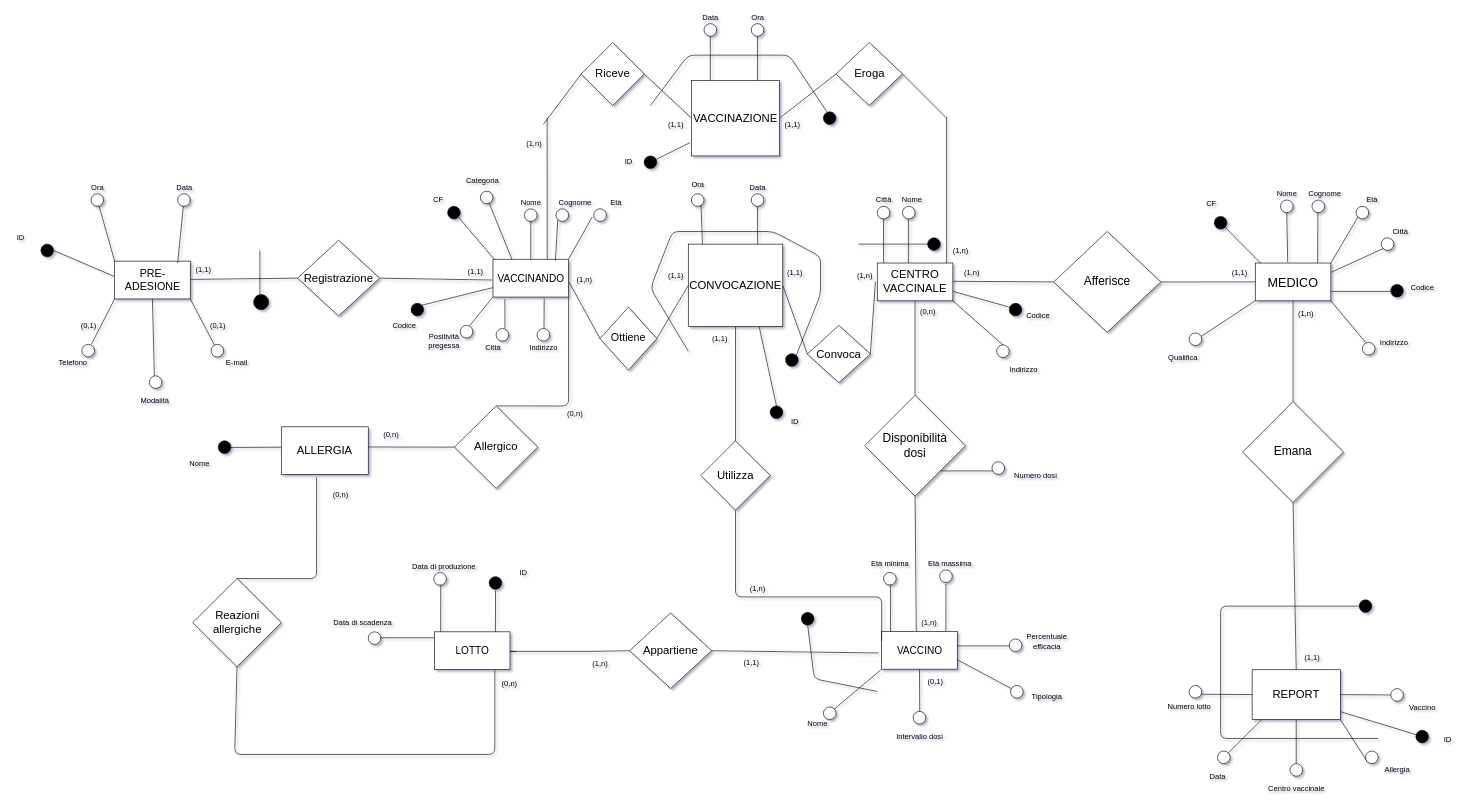
Before: page "ERristr" (1 of 2) of bd/Schema E/ERsenzagen.drawio in shaggyishere/VaccineDatabase, a draw.io diagram. Source tidied: cells renumbered, new cells numbered last; positions are measured from the earlier drawing's top-left corner, leaving out a move shared by most shapes. Both pictures are drawn from the tidied source at 63%, with x=0, y=0 at pixel (11, 11).
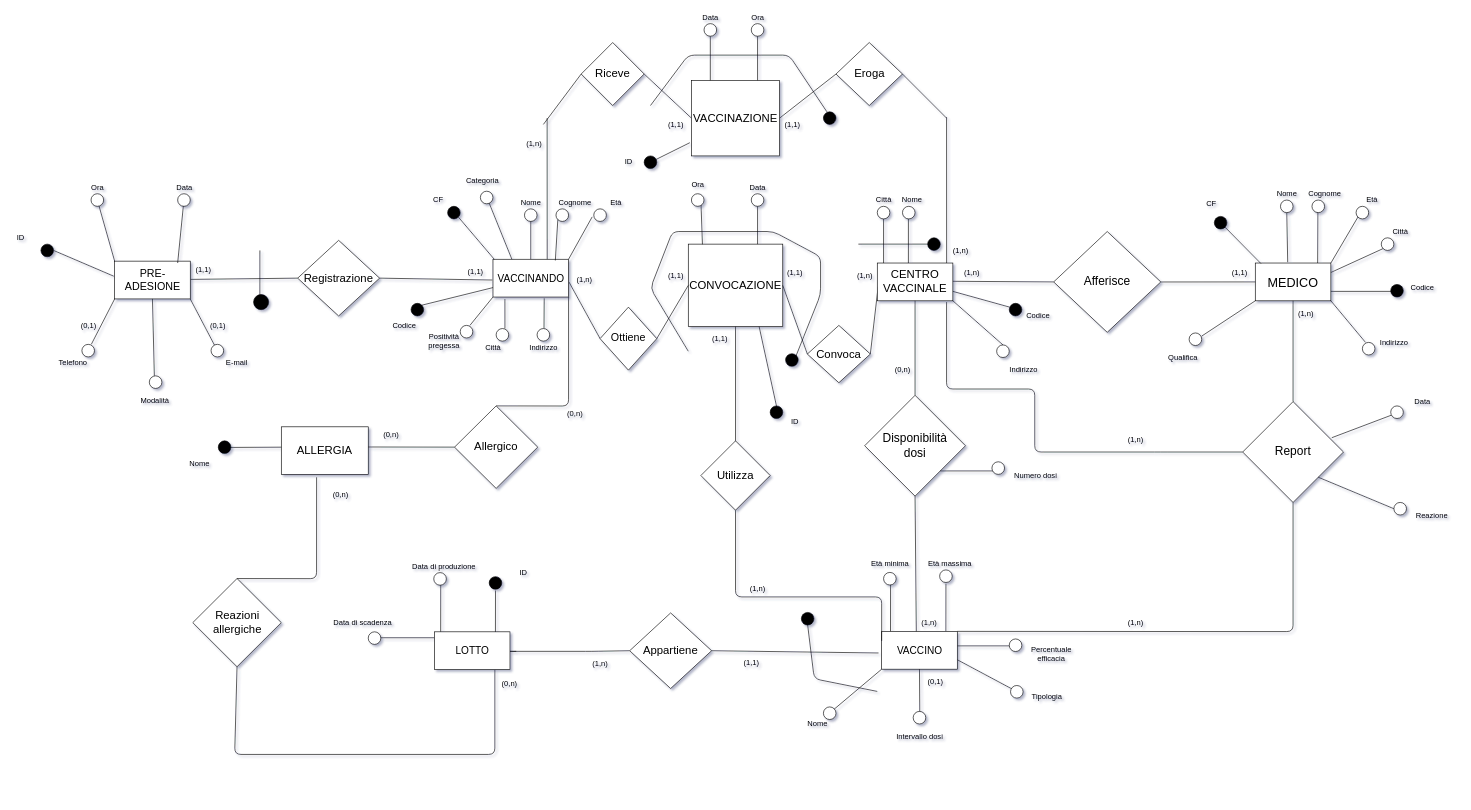
Above is the later version.

Commit message:
Trasformato Report in associazione (makes much more sense)

Unchanged cells that the change refers to:
```xml
<mxCell id="16" value="(1,n)" style="text;html=1;align=center;verticalAlign=middle;points=[];strokeColor=none;" parent="1" vertex="1">
  <mxGeometry x="1335" y="410" width="40" height="20" as="geometry" />
</mxCell>
<mxCell id="145" style="rounded=0;whiteSpace=wrap;html=1;" parent="1" vertex="1">
  <mxGeometry x="1382" y="984.7" width="120" height="60" as="geometry" />
</mxCell>
<mxCell id="208" value="&lt;font style=&quot;font-size: 18px&quot;&gt;Convoca&lt;/font&gt;" style="rhombus;whiteSpace=wrap;html=1;" parent="1" vertex="1">
  <mxGeometry x="1264" y="499" width="100" height="91" as="geometry" />
</mxCell>
```

Diff of the diagram source:
```diff
@@
-    <mxCell id="4" style="endArrow=none;html=1;exitX=1;exitY=0.5;exitDx=0;exitDy=0;" parent="1" edge="1" source="208">
-      <mxGeometry relative="1" as="geometry">
-        <mxPoint x="1372.1" y="429.3" as="targetPoint" />
-      </mxGeometry>
+    <mxCell id="4" style="endArrow=none;html=1;exitX=1;exitY=0.5;exitDx=0;exitDy=0;entryX=1.036;entryY=1.364;entryDx=0;entryDy=0;entryPerimeter=0;" parent="1" edge="1" source="208" target="16">
+      <mxGeometry relative="1" as="geometry" />
     </mxCell>
@@
     <mxCell id="39" value="(0,n)" style="text;html=1;align=center;verticalAlign=middle;strokeColor=none;" parent="1" vertex="1">
-      <mxGeometry x="1437" y="469" width="35" height="18" as="geometry" />
+      <mxGeometry x="1397" y="561.1" width="35" height="18" as="geometry" />
     </mxCell>
@@
-    <mxCell id="60" value="&lt;font style=&quot;font-size: 19px&quot;&gt;Emana&lt;/font&gt;" style="rhombus;whiteSpace=wrap;html=1;strokeWidth=1;fillColor=#FFFFFF;" parent="1" vertex="1">
+    <mxCell id="60" value="&lt;font style=&quot;font-size: 19px&quot;&gt;Report&lt;/font&gt;" style="rhombus;whiteSpace=wrap;html=1;strokeWidth=1;fillColor=#FFFFFF;" parent="1" vertex="1">
       <mxGeometry x="1955" y="620" width="160" height="160" as="geometry" />
     </mxCell>
-    <mxCell id="61" style="endArrow=none;html=1;entryX=0.11;entryY=1.002;entryDx=0;entryDy=0;entryPerimeter=0;" parent="1" edge="1" source="63" target="70">
-      <mxGeometry relative="1" as="geometry" />
-    </mxCell>
-    <mxCell id="62" style="endArrow=none;html=1;entryX=0.5;entryY=1;entryDx=0;entryDy=0;" parent="1" edge="1" target="70">
-      <mxGeometry relative="1" as="geometry">
-        <mxPoint x="2040" y="1194.6" as="sourcePoint" />
-      </mxGeometry>
-    </mxCell>
-    <mxCell id="63" style="ellipse;whiteSpace=wrap;html=1;strokeWidth=1;" parent="1" vertex="1">
-      <mxGeometry x="1915" y="1174.6" width="20" height="20" as="geometry" />
-    </mxCell>
-    <mxCell id="64" style="ellipse;whiteSpace=wrap;html=1;strokeWidth=1;" parent="1" vertex="1">
-      <mxGeometry x="2030" y="1194.6" width="20" height="20" as="geometry" />
-    </mxCell>
-    <mxCell id="65" style="endArrow=none;html=1;exitX=1;exitY=1;exitDx=0;exitDy=0;entryX=0;entryY=1;entryDx=0;entryDy=0;" parent="1" edge="1" source="70" target="66">
-      <mxGeometry relative="1" as="geometry" />
-    </mxCell>
-    <mxCell id="66" style="ellipse;whiteSpace=wrap;html=1;strokeWidth=1;" parent="1" vertex="1">
-      <mxGeometry x="2150" y="1174.6" width="20" height="20" as="geometry" />
-    </mxCell>
-    <mxCell id="67" value="Data" style="text;html=1;align=center;verticalAlign=middle;strokeColor=none;" parent="1" vertex="1">
-      <mxGeometry x="1895" y="1204.6" width="40" height="20" as="geometry" />
-    </mxCell>
-    <mxCell id="68" value="Centro vaccinale" style="text;html=1;align=center;verticalAlign=middle;strokeColor=none;" parent="1" vertex="1">
-      <mxGeometry x="1990" y="1224.6" width="100" height="20" as="geometry" />
-    </mxCell>
-    <mxCell id="69" value="Allergia" style="text;html=1;align=center;verticalAlign=middle;strokeColor=none;" parent="1" vertex="1">
-      <mxGeometry x="2170" y="1194.6" width="60" height="20" as="geometry" />
-    </mxCell>
-    <mxCell id="70" value="&lt;font style=&quot;font-size: 18px&quot;&gt;REPORT&lt;/font&gt;" style="rounded=0;whiteSpace=wrap;html=1;" parent="1" vertex="1">
-      <mxGeometry x="1970" y="1045.6" width="140" height="79" as="geometry" />
-    </mxCell>
-    <mxCell id="71" style="endArrow=none;html=1;entryX=0.5;entryY=1;entryDx=0;entryDy=0;exitX=0.5;exitY=0;exitDx=0;exitDy=0;" parent="1" edge="1" source="70" target="60">
-      <mxGeometry relative="1" as="geometry" />
+    <mxCell id="71" style="endArrow=none;html=1;entryX=0.5;entryY=1;entryDx=0;entryDy=0;exitX=1;exitY=0;exitDx=0;exitDy=0;" parent="1" edge="1" source="145" target="60">
+      <mxGeometry relative="1" as="geometry">
+        <Array as="points">
+          <mxPoint x="2035" y="985" />
+        </Array>
+      </mxGeometry>
     </mxCell>
-    <mxCell id="72" style="endArrow=none;html=1;exitX=1;exitY=0.5;exitDx=0;exitDy=0;" parent="1" edge="1" source="70">
-      <mxGeometry relative="1" as="geometry">
-        <mxPoint x="2190" y="1085.6" as="targetPoint" />
-      </mxGeometry>
-    </mxCell>
-    <mxCell id="73" style="ellipse;whiteSpace=wrap;html=1;strokeWidth=1;" parent="1" vertex="1">
-      <mxGeometry x="2190" y="1075.6" width="20" height="20" as="geometry" />
-    </mxCell>
-    <mxCell id="74" style="endArrow=none;html=1;exitX=1;exitY=0.5;exitDx=0;exitDy=0;" parent="1" edge="1">
-      <mxGeometry relative="1" as="geometry">
-        <mxPoint x="1890" y="1084.5" as="sourcePoint" />
-        <mxPoint x="1970" y="1085" as="targetPoint" />
-      </mxGeometry>
-    </mxCell>
-    <mxCell id="75" style="ellipse;whiteSpace=wrap;html=1;strokeWidth=1;" parent="1" vertex="1">
-      <mxGeometry x="1870" y="1070.6" width="20" height="20" as="geometry" />
-    </mxCell>
-    <mxCell id="76" value="Numero lotto" style="text;html=1;align=center;verticalAlign=middle;strokeColor=none;" parent="1" vertex="1">
-      <mxGeometry x="1830" y="1094.6" width="80" height="20" as="geometry" />
-    </mxCell>
-    <mxCell id="77" value="Vaccino" style="text;html=1;align=center;verticalAlign=middle;strokeColor=none;" parent="1" vertex="1">
-      <mxGeometry x="2210" y="1095.6" width="60" height="20" as="geometry" />
-    </mxCell>
-    <mxCell id="78" value="(1,1)" style="text;html=1;align=center;verticalAlign=middle;strokeColor=none;" parent="1" vertex="1">
-      <mxGeometry x="2045" y="1015.6" width="40" height="20" as="geometry" />
-    </mxCell>
-    <mxCell id="79" style="ellipse;whiteSpace=wrap;html=1;strokeWidth=1;fillColor=#000000;" parent="1" vertex="1">
-      <mxGeometry x="2140" y="934.6" width="20" height="20" as="geometry" />
-    </mxCell>
-    <mxCell id="80" style="endArrow=none;html=1;" parent="1" edge="1" target="79">
-      <mxGeometry relative="1" as="geometry">
-        <mxPoint x="2170" y="1154.6" as="sourcePoint" />
-        <Array as="points">
-          <mxPoint x="1920" y="1154.6" />
-          <mxPoint x="1920" y="944.6" />
-        </Array>
-      </mxGeometry>
-    </mxCell>
@@
     <mxCell id="141" value="&lt;div&gt;Percentuale &lt;br&gt;&lt;/div&gt;&lt;div&gt;efficacia&lt;/div&gt;" style="text;html=1;align=center;verticalAlign=middle;strokeColor=none;" parent="1" vertex="1">
-      <mxGeometry x="1606.5" y="984.7" width="74" height="32" as="geometry" />
+      <mxGeometry x="1613.5" y="1004.7" width="74" height="32" as="geometry" />
     </mxCell>
@@
-    <mxCell id="190" style="endArrow=none;html=1;exitX=1;exitY=0.841;exitDx=0;exitDy=0;exitPerimeter=0;" parent="1" edge="1" source="70">
-      <mxGeometry relative="1" as="geometry">
-        <mxPoint x="2235" y="1150" as="targetPoint" />
-      </mxGeometry>
-    </mxCell>
-    <mxCell id="191" style="ellipse;whiteSpace=wrap;html=1;strokeWidth=1;fillColor=#000000;" parent="1" vertex="1">
-      <mxGeometry x="2230" y="1141.7" width="20" height="20" as="geometry" />
-    </mxCell>
-    <mxCell id="192" value="&lt;div&gt;ID&lt;/div&gt;" style="text;html=1;align=center;verticalAlign=middle;strokeColor=none;" parent="1" vertex="1">
-      <mxGeometry x="2265" y="1146.4" width="30" height="20" as="geometry" />
-    </mxCell>
@@
+    <mxCell id="242" style="endArrow=none;html=1;entryX=0.884;entryY=0.358;entryDx=0;entryDy=0;entryPerimeter=0;" parent="1" edge="1" target="60">
+      <mxGeometry relative="1" as="geometry">
+        <mxPoint x="2195" y="640" as="sourcePoint" />
+      </mxGeometry>
+    </mxCell>
+    <mxCell id="243" style="ellipse;whiteSpace=wrap;html=1;strokeWidth=1;" parent="1" vertex="1">
+      <mxGeometry x="2190" y="626.8" width="20" height="20" as="geometry" />
+    </mxCell>
+    <mxCell id="67" value="Data" style="text;html=1;align=center;verticalAlign=middle;strokeColor=none;" parent="1" vertex="1">
+      <mxGeometry x="2220" y="610" width="40" height="20" as="geometry" />
+    </mxCell>
+    <mxCell id="244" style="endArrow=none;html=1;entryX=0;entryY=0.5;entryDx=0;entryDy=0;" parent="1" edge="1" target="60">
+      <mxGeometry relative="1" as="geometry">
+        <mxPoint x="1485" y="462" as="sourcePoint" />
+        <Array as="points">
+          <mxPoint x="1485" y="600" />
+          <mxPoint x="1625" y="600" />
+          <mxPoint x="1625" y="700" />
+          <mxPoint x="1825" y="700" />
+        </Array>
+      </mxGeometry>
+    </mxCell>
+    <mxCell id="245" value="(1,n)" style="text;html=1;align=center;verticalAlign=middle;strokeColor=none;" parent="1" vertex="1">
+      <mxGeometry x="1765" y="960.8" width="40" height="20" as="geometry" />
+    </mxCell>
+    <mxCell id="246" value="(1,n)" style="text;html=1;align=center;verticalAlign=middle;strokeColor=none;" parent="1" vertex="1">
+      <mxGeometry x="1765" y="670" width="40" height="20" as="geometry" />
+    </mxCell>
+    <mxCell id="247" style="endArrow=none;html=1;entryX=1;entryY=1;entryDx=0;entryDy=0;" parent="1" edge="1" target="60">
+      <mxGeometry relative="1" as="geometry">
+        <mxPoint x="2195" y="790" as="sourcePoint" />
+      </mxGeometry>
+    </mxCell>
+    <mxCell id="248" style="ellipse;whiteSpace=wrap;html=1;strokeWidth=1;" parent="1" vertex="1">
+      <mxGeometry x="2195" y="780" width="20" height="20" as="geometry" />
+    </mxCell>
+    <mxCell id="249" value="Reazione" style="text;html=1;align=center;verticalAlign=middle;strokeColor=none;" parent="1" vertex="1">
+      <mxGeometry x="2220" y="792.3" width="70" height="20" as="geometry" />
+    </mxCell>
```
